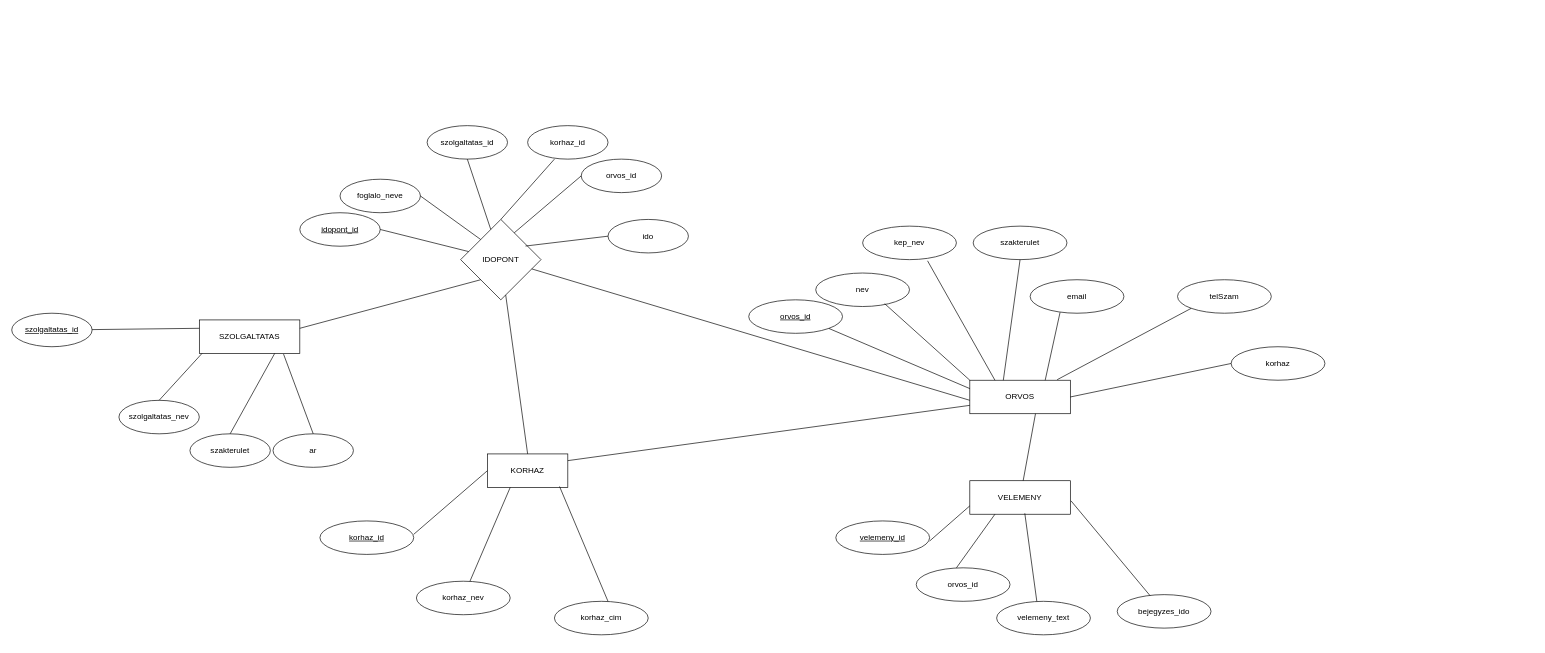
Above: db/EK_Modell.drawio in horvathbence06/Vizsgaremek (draw.io), before the change. Source tidied: cells renumbered, new cells numbered last; positions are measured from the earlier drawing's top-left corner, leaving out a move shared by most shapes. Both pictures are drawn from the tidied source at 67%, with x=0, y=0 at pixel (11, 125).
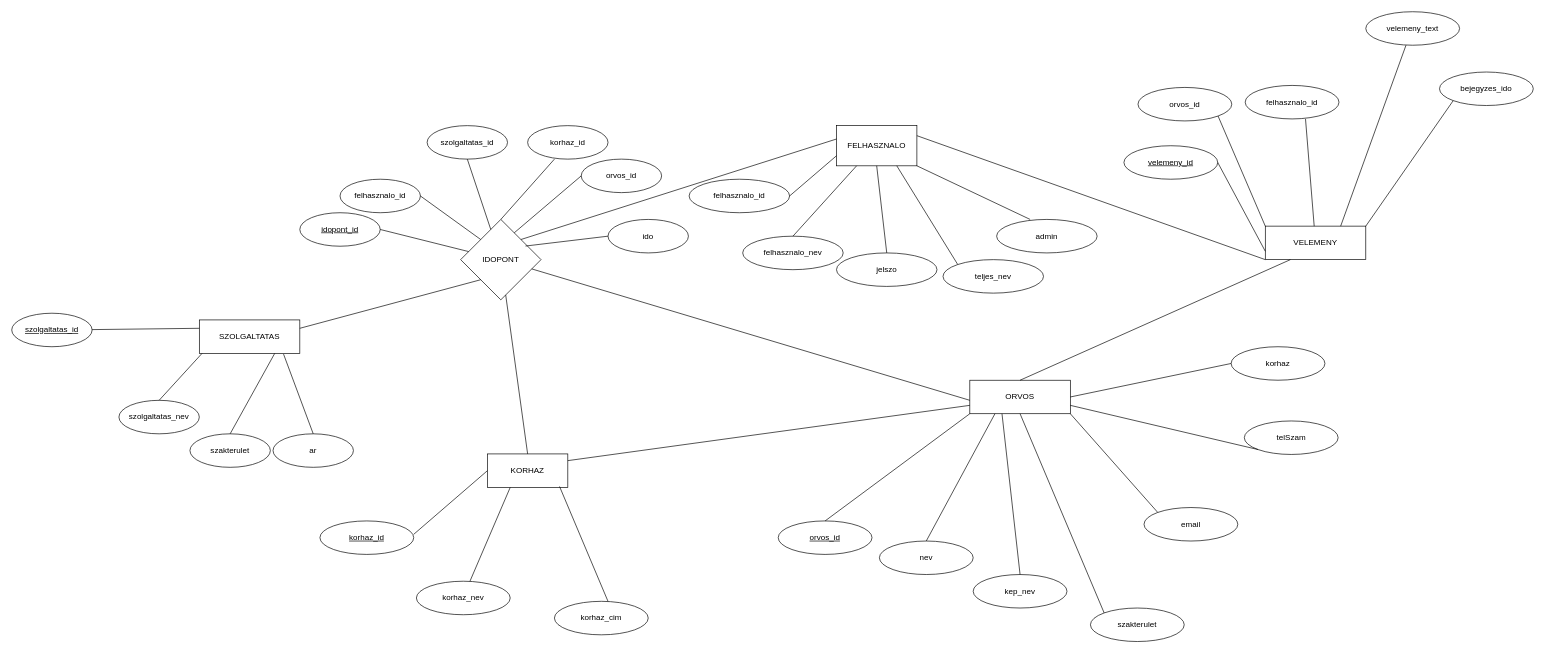
The same page after the edit.

Commit message:
felhasználókezelés hozzáadása a tervezéshez

Unchanged cells that the change refers to:
```xml
<mxCell id="3" value="ORVOS" style="rounded=0;whiteSpace=wrap;html=1;" parent="1" vertex="1">
  <mxGeometry x="1430" y="380" width="150" height="50" as="geometry" />
</mxCell>
<mxCell id="5" value="IDOPONT" style="rhombus;whiteSpace=wrap;html=1;" parent="1" vertex="1">
  <mxGeometry x="670" y="140" width="120" height="120" as="geometry" />
</mxCell>
```

What changed in the source:
```diff
@@
     <mxCell id="6" value="nev" style="ellipse;whiteSpace=wrap;html=1;" parent="1" vertex="1">
-      <mxGeometry x="1200" y="220" width="140" height="50" as="geometry" />
+      <mxGeometry x="1295" y="620" width="140" height="50" as="geometry" />
     </mxCell>
-    <mxCell id="7" style="endArrow=none;html=1;rounded=0;entryX=0.735;entryY=0.915;entryDx=0;entryDy=0;exitX=0;exitY=0;exitDx=0;exitDy=0;endFill=0;entryPerimeter=0;" parent="1" edge="1" source="3" target="6">
+    <mxCell id="7" style="endArrow=none;html=1;rounded=0;entryX=0.25;entryY=1;entryDx=0;entryDy=0;exitX=0.5;exitY=0;exitDx=0;exitDy=0;endFill=0;" parent="1" edge="1" source="6" target="3">
       <mxGeometry relative="1" as="geometry" />
     </mxCell>
     <mxCell id="8" value="kep_nev" style="ellipse;whiteSpace=wrap;html=1;" parent="1" vertex="1">
-      <mxGeometry x="1270" y="150" width="140" height="50" as="geometry" />
+      <mxGeometry x="1435" y="670" width="140" height="50" as="geometry" />
     </mxCell>
-    <mxCell id="9" style="endArrow=none;html=1;rounded=0;exitX=0.25;exitY=0;exitDx=0;exitDy=0;endFill=0;entryX=0.692;entryY=1.035;entryDx=0;entryDy=0;entryPerimeter=0;" parent="1" edge="1" source="3" target="8">
-      <mxGeometry relative="1" as="geometry" />
+    <mxCell id="9" style="endArrow=none;html=1;rounded=0;endFill=0;entryX=0.5;entryY=0;entryDx=0;entryDy=0;" parent="1" edge="1" target="8">
+      <mxGeometry relative="1" as="geometry">
+        <mxPoint x="1478" y="430" as="sourcePoint" />
+      </mxGeometry>
     </mxCell>
     <mxCell id="10" value="szakterulet" style="ellipse;whiteSpace=wrap;html=1;" parent="1" vertex="1">
-      <mxGeometry x="1435" y="150" width="140" height="50" as="geometry" />
+      <mxGeometry x="1610" y="720" width="140" height="50" as="geometry" />
     </mxCell>
-    <mxCell id="11" style="endArrow=none;html=1;rounded=0;exitX=0.5;exitY=1;exitDx=0;exitDy=0;endFill=0;" parent="1" edge="1" source="10">
-      <mxGeometry relative="1" as="geometry">
-        <mxPoint x="1480" y="380" as="targetPoint" />
-      </mxGeometry>
+    <mxCell id="11" style="endArrow=none;html=1;rounded=0;exitX=0;exitY=0;exitDx=0;exitDy=0;endFill=0;entryX=0.5;entryY=1;entryDx=0;entryDy=0;" parent="1" edge="1" source="10" target="3">
+      <mxGeometry relative="1" as="geometry" />
     </mxCell>
     <mxCell id="12" value="email" style="ellipse;whiteSpace=wrap;html=1;" parent="1" vertex="1">
-      <mxGeometry x="1520" y="230" width="140" height="50" as="geometry" />
+      <mxGeometry x="1690" y="570" width="140" height="50" as="geometry" />
     </mxCell>
-    <mxCell id="13" style="endArrow=none;html=1;rounded=0;entryX=0.75;entryY=0;entryDx=0;entryDy=0;exitX=0.319;exitY=0.976;exitDx=0;exitDy=0;endFill=0;exitPerimeter=0;" parent="1" edge="1" source="12" target="3">
+    <mxCell id="13" style="endArrow=none;html=1;rounded=0;entryX=1;entryY=1;entryDx=0;entryDy=0;exitX=0;exitY=0;exitDx=0;exitDy=0;endFill=0;" parent="1" edge="1" source="12" target="3">
       <mxGeometry relative="1" as="geometry" />
     </mxCell>
     <mxCell id="14" value="telSzam" style="ellipse;whiteSpace=wrap;html=1;" parent="1" vertex="1">
-      <mxGeometry x="1740" y="230" width="140" height="50" as="geometry" />
+      <mxGeometry x="1839.7" y="440.8" width="140" height="50" as="geometry" />
     </mxCell>
-    <mxCell id="15" style="endArrow=none;html=1;rounded=0;entryX=0;entryY=1;entryDx=0;entryDy=0;exitX=0.869;exitY=-0.016;exitDx=0;exitDy=0;endFill=0;exitPerimeter=0;" parent="1" edge="1" source="3" target="14">
+    <mxCell id="15" style="endArrow=none;html=1;rounded=0;entryX=0;entryY=1;entryDx=0;entryDy=0;exitX=1;exitY=0.75;exitDx=0;exitDy=0;endFill=0;" parent="1" edge="1" source="3" target="14">
       <mxGeometry relative="1" as="geometry" />
     </mxCell>
@@
     <mxCell id="18" value="&lt;u&gt;orvos_id&lt;/u&gt;" style="ellipse;whiteSpace=wrap;html=1;" parent="1" vertex="1">
-      <mxGeometry x="1100" y="260" width="140" height="50" as="geometry" />
+      <mxGeometry x="1144" y="590" width="140" height="50" as="geometry" />
     </mxCell>
-    <mxCell id="19" style="endArrow=none;html=1;rounded=0;entryX=1;entryY=1;entryDx=0;entryDy=0;exitX=0;exitY=0.25;exitDx=0;exitDy=0;endFill=0;" parent="1" edge="1" source="3" target="18">
+    <mxCell id="19" style="endArrow=none;html=1;rounded=0;entryX=0.5;entryY=0;entryDx=0;entryDy=0;exitX=0;exitY=1;exitDx=0;exitDy=0;endFill=0;" parent="1" edge="1" source="3" target="18">
       <mxGeometry relative="1" as="geometry" />
     </mxCell>
     <mxCell id="20" value="VELEMENY" style="rounded=0;whiteSpace=wrap;html=1;" parent="1" vertex="1">
-      <mxGeometry x="1430" y="530" width="150" height="50" as="geometry" />
+      <mxGeometry x="1871" y="150" width="150" height="50" as="geometry" />
     </mxCell>
     <mxCell id="21" value="&lt;u&gt;velemeny_id&lt;/u&gt;" style="ellipse;whiteSpace=wrap;html=1;" parent="1" vertex="1">
-      <mxGeometry x="1230" y="590" width="140" height="50" as="geometry" />
+      <mxGeometry x="1660" y="30" width="140" height="50" as="geometry" />
     </mxCell>
-    <mxCell id="22" style="endArrow=none;html=1;rounded=0;entryX=0.5;entryY=0;entryDx=0;entryDy=0;exitX=0;exitY=0.75;exitDx=0;exitDy=0;endFill=0;" parent="1" edge="1" source="20">
-      <mxGeometry relative="1" as="geometry">
-        <mxPoint x="1370" y="620" as="targetPoint" />
-      </mxGeometry>
+    <mxCell id="22" style="endArrow=none;html=1;rounded=0;entryX=1;entryY=0.5;entryDx=0;entryDy=0;exitX=0;exitY=0.75;exitDx=0;exitDy=0;endFill=0;" parent="1" edge="1" source="20" target="21">
+      <mxGeometry relative="1" as="geometry" />
     </mxCell>
     <mxCell id="23" value="orvos_id" style="ellipse;whiteSpace=wrap;html=1;" parent="1" vertex="1">
-      <mxGeometry x="1350" y="660" width="140" height="50" as="geometry" />
+      <mxGeometry x="1681" y="-57" width="140" height="50" as="geometry" />
     </mxCell>
-    <mxCell id="24" style="endArrow=none;html=1;rounded=0;entryX=0.5;entryY=0;entryDx=0;entryDy=0;exitX=0.25;exitY=1;exitDx=0;exitDy=0;endFill=0;" parent="1" edge="1" source="20">
-      <mxGeometry relative="1" as="geometry">
-        <mxPoint x="1410" y="660" as="targetPoint" />
-      </mxGeometry>
+    <mxCell id="24" style="endArrow=none;html=1;rounded=0;exitX=0;exitY=0;exitDx=0;exitDy=0;endFill=0;entryX=1;entryY=1;entryDx=0;entryDy=0;" parent="1" edge="1" source="20" target="23">
+      <mxGeometry relative="1" as="geometry" />
     </mxCell>
     <mxCell id="25" value="velemeny_text" style="ellipse;whiteSpace=wrap;html=1;" parent="1" vertex="1">
-      <mxGeometry x="1470" y="710" width="140" height="50" as="geometry" />
+      <mxGeometry x="2021" y="-170" width="140" height="50" as="geometry" />
     </mxCell>
-    <mxCell id="26" style="endArrow=none;html=1;rounded=0;entryX=0.5;entryY=0;entryDx=0;entryDy=0;exitX=0.547;exitY=0.973;exitDx=0;exitDy=0;endFill=0;exitPerimeter=0;" parent="1" edge="1" source="20">
+    <mxCell id="26" style="endArrow=none;html=1;rounded=0;exitX=0.75;exitY=0;exitDx=0;exitDy=0;endFill=0;" parent="1" edge="1" source="20">
       <mxGeometry relative="1" as="geometry">
-        <mxPoint x="1530" y="710" as="targetPoint" />
+        <mxPoint x="2081" y="-120" as="targetPoint" />
       </mxGeometry>
     </mxCell>
@@
-    <mxCell id="41" value="foglalo_neve" style="ellipse;whiteSpace=wrap;html=1;" parent="1" vertex="1">
+    <mxCell id="41" value="felhasznalo_id" style="ellipse;whiteSpace=wrap;html=1;" parent="1" vertex="1">
       <mxGeometry x="490" y="80" width="120" height="50" as="geometry" />
     </mxCell>
@@
-    <mxCell id="54" style="endArrow=none;html=1;rounded=0;exitX=0.25;exitY=1;exitDx=0;exitDy=0;endFill=0;" parent="1" edge="1" target="20">
-      <mxGeometry relative="1" as="geometry">
-        <mxPoint x="1528" y="430" as="sourcePoint" />
-      </mxGeometry>
+    <mxCell id="54" style="endArrow=none;html=1;rounded=0;exitX=0.643;exitY=1;exitDx=0;exitDy=0;endFill=0;exitPerimeter=0;" parent="1" edge="1" source="71" target="20">
+      <mxGeometry relative="1" as="geometry" />
     </mxCell>
@@
     <mxCell id="56" value="bejegyzes_ido" style="ellipse;whiteSpace=wrap;html=1;" parent="1" vertex="1">
-      <mxGeometry x="1650" y="700" width="140" height="50" as="geometry" />
+      <mxGeometry x="2131" y="-80" width="140" height="50" as="geometry" />
     </mxCell>
-    <mxCell id="57" style="endArrow=none;html=1;rounded=0;entryX=0.35;entryY=0.03;entryDx=0;entryDy=0;exitX=0.547;exitY=0.973;exitDx=0;exitDy=0;endFill=0;exitPerimeter=0;entryPerimeter=0;" parent="1" edge="1" target="56">
-      <mxGeometry relative="1" as="geometry">
-        <mxPoint x="1581" y="560" as="sourcePoint" />
-      </mxGeometry>
+    <mxCell id="57" style="endArrow=none;html=1;rounded=0;entryX=0;entryY=1;entryDx=0;entryDy=0;exitX=1;exitY=0;exitDx=0;exitDy=0;endFill=0;" parent="1" edge="1" source="20" target="56">
+      <mxGeometry relative="1" as="geometry" />
     </mxCell>
@@
+    <mxCell id="60" value="FELHASZNALO" style="rounded=0;whiteSpace=wrap;html=1;" parent="1" vertex="1">
+      <mxGeometry x="1231" width="120" height="60" as="geometry" />
+    </mxCell>
+    <mxCell id="61" value="felhasznalo_id" style="ellipse;whiteSpace=wrap;html=1;" parent="1" vertex="1">
+      <mxGeometry x="1011" y="80" width="150" height="50" as="geometry" />
+    </mxCell>
+    <mxCell id="62" style="endArrow=none;html=1;rounded=0;entryX=0;entryY=0.75;entryDx=0;entryDy=0;exitX=1;exitY=0.5;exitDx=0;exitDy=0;" parent="1" edge="1" source="61" target="60">
+      <mxGeometry relative="1" as="geometry" />
+    </mxCell>
+    <mxCell id="63" value="felhasznalo_nev" style="ellipse;whiteSpace=wrap;html=1;" parent="1" vertex="1">
+      <mxGeometry x="1091" y="165" width="150" height="50" as="geometry" />
+    </mxCell>
+    <mxCell id="64" style="endArrow=none;html=1;rounded=0;entryX=0.25;entryY=1;entryDx=0;entryDy=0;exitX=0.5;exitY=0;exitDx=0;exitDy=0;" parent="1" edge="1" source="63" target="60">
+      <mxGeometry relative="1" as="geometry" />
+    </mxCell>
+    <mxCell id="65" value="jelszo" style="ellipse;whiteSpace=wrap;html=1;" parent="1" vertex="1">
+      <mxGeometry x="1231" y="190" width="150" height="50" as="geometry" />
+    </mxCell>
+    <mxCell id="66" style="endArrow=none;html=1;rounded=0;entryX=0.5;entryY=1;entryDx=0;entryDy=0;exitX=0.5;exitY=0;exitDx=0;exitDy=0;" parent="1" edge="1" source="65" target="60">
+      <mxGeometry relative="1" as="geometry" />
+    </mxCell>
+    <mxCell id="67" value="teljes_nev" style="ellipse;whiteSpace=wrap;html=1;" parent="1" vertex="1">
+      <mxGeometry x="1390" y="200" width="150" height="50" as="geometry" />
+    </mxCell>
+    <mxCell id="68" style="endArrow=none;html=1;rounded=0;entryX=0.75;entryY=1;entryDx=0;entryDy=0;exitX=0;exitY=0;exitDx=0;exitDy=0;" parent="1" edge="1" source="67" target="60">
+      <mxGeometry relative="1" as="geometry" />
+    </mxCell>
+    <mxCell id="69" style="endArrow=none;html=1;rounded=0;entryX=0;entryY=0.5;entryDx=0;entryDy=0;exitX=1;exitY=1;exitDx=0;exitDy=0;" parent="1" edge="1" source="60">
+      <mxGeometry relative="1" as="geometry">
+        <mxPoint x="1520" y="140" as="targetPoint" />
+      </mxGeometry>
+    </mxCell>
+    <mxCell id="70" value="admin" style="ellipse;whiteSpace=wrap;html=1;" parent="1" vertex="1">
+      <mxGeometry x="1470" y="140" width="150" height="50" as="geometry" />
+    </mxCell>
+    <mxCell id="71" value="felhasznalo_id" style="ellipse;whiteSpace=wrap;html=1;" parent="1" vertex="1">
+      <mxGeometry x="1841" y="-60" width="140" height="50" as="geometry" />
+    </mxCell>
+    <mxCell id="72" style="endArrow=none;html=1;rounded=0;exitX=0.5;exitY=0;exitDx=0;exitDy=0;endFill=0;entryX=0.25;entryY=1;entryDx=0;entryDy=0;" parent="1" edge="1" source="3" target="20">
+      <mxGeometry relative="1" as="geometry" />
+    </mxCell>
+    <mxCell id="73" style="endArrow=none;html=1;rounded=0;entryX=0;entryY=0.75;entryDx=0;entryDy=0;exitX=1;exitY=0;exitDx=0;exitDy=0;" parent="1" edge="1" source="5">
+      <mxGeometry relative="1" as="geometry">
+        <mxPoint x="1231" y="20" as="targetPoint" />
+      </mxGeometry>
+    </mxCell>
+    <mxCell id="74" style="endArrow=none;html=1;rounded=0;entryX=0;entryY=0.75;entryDx=0;entryDy=0;exitX=1;exitY=0.25;exitDx=0;exitDy=0;" parent="1" edge="1" source="60">
+      <mxGeometry relative="1" as="geometry">
+        <mxPoint x="1871" y="200" as="targetPoint" />
+      </mxGeometry>
+    </mxCell>
```
